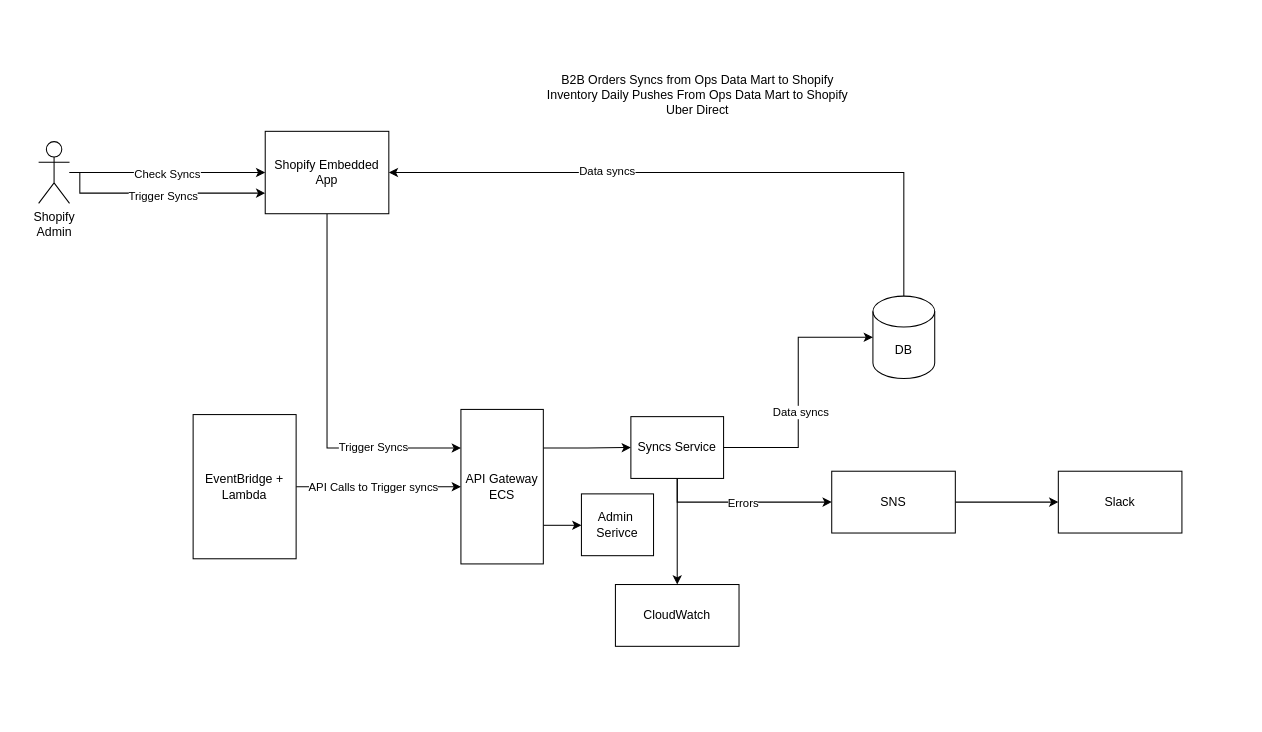
The draw.io diagram page "Shopify app and syncs" (1 of 4) of Everytable_Draft_Diagrams.drawio in alexrsunrise/diagrams, before the edit. Source tidied: cells renumbered, new cells numbered last; positions are measured from the earlier drawing's top-left corner, leaving out a move shared by most shapes. Both pictures are drawn from the tidied source at 103%, with x=0, y=0 at pixel (38, 79).
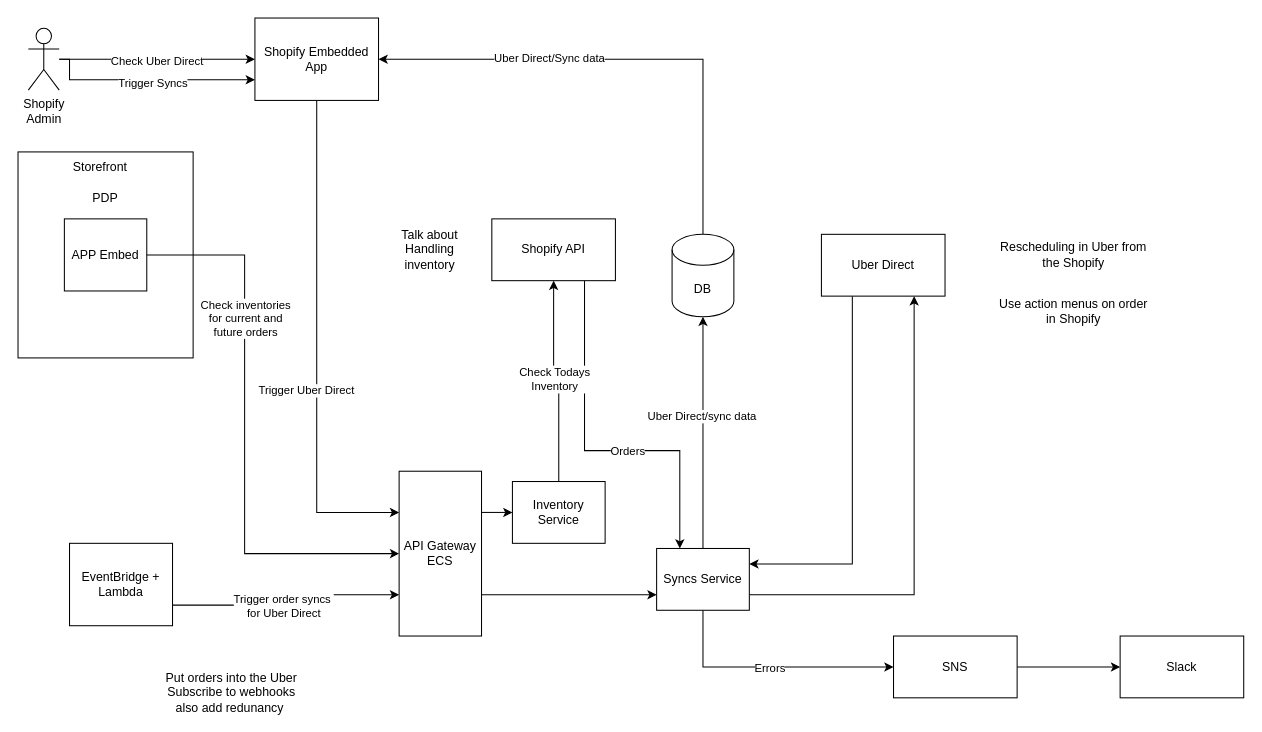
The same page after the edit.

Unchanged cells that the change refers to:
```xml
<mxCell id="12" style="edgeStyle=orthogonalEdgeStyle;rounded=0;jettySize=auto;html=1;entryX=1;entryY=0.5;entryDx=0;entryDy=0;exitX=0.5;exitY=0;exitDx=0;exitDy=0;exitPerimeter=0;" parent="1" edge="1" source="14" target="19">
  <mxGeometry relative="1" as="geometry" />
</mxCell>
<mxCell id="17" style="edgeStyle=orthogonalEdgeStyle;rounded=0;jettySize=auto;html=1;entryX=0;entryY=0.25;entryDx=0;entryDy=0;exitX=0.5;exitY=1;exitDx=0;exitDy=0;" parent="1" edge="1" source="19" target="7">
  <mxGeometry relative="1" as="geometry" />
</mxCell>
<mxCell id="20" style="edgeStyle=orthogonalEdgeStyle;rounded=0;jettySize=auto;html=1;entryX=0;entryY=0.5;entryDx=0;entryDy=0;" parent="1" edge="1" source="24" target="19">
  <mxGeometry relative="1" as="geometry" />
</mxCell>
```

What changed in the source:
```diff
@@
-    <mxCell id="2" style="edgeStyle=orthogonalEdgeStyle;rounded=0;jettySize=auto;html=1;entryX=0;entryY=0.5;entryDx=0;entryDy=0;" parent="1" edge="1" source="4" target="7">
+    <mxCell id="2" style="edgeStyle=orthogonalEdgeStyle;rounded=0;jettySize=auto;html=1;exitX=1;exitY=0.75;exitDx=0;exitDy=0;entryX=0;entryY=0.75;entryDx=0;entryDy=0;" parent="1" edge="1" source="4" target="7">
       <mxGeometry relative="1" as="geometry" />
     </mxCell>
-    <mxCell id="3" value="API Calls to Trigger syncs" style="edgeLabel;html=1;align=center;verticalAlign=middle;" parent="2" vertex="1">
-      <mxGeometry x="-0.33" y="-1" relative="1" as="geometry">
-        <mxPoint x="20" y="-1" as="offset" />
-      </mxGeometry>
-    </mxCell>
+    <mxCell id="31" value="Trigger order syncs&amp;nbsp;&lt;div&gt;for Uber Direct&lt;/div&gt;" style="edgeLabel;html=1;align=center;verticalAlign=middle;" parent="2" vertex="1">
+      <mxGeometry x="-0.07" relative="1" as="geometry" />
+    </mxCell>
     <mxCell id="4" value="EventBridge + Lambda" style="rounded=0;whiteSpace=wrap;html=1;" parent="1" vertex="1">
-      <mxGeometry x="150" y="325" width="100" height="140" as="geometry" />
+      <mxGeometry x="30" y="450" width="100" height="80" as="geometry" />
     </mxCell>
-    <mxCell id="5" style="edgeStyle=orthogonalEdgeStyle;rounded=0;jettySize=auto;html=1;exitX=1;exitY=0.25;exitDx=0;exitDy=0;entryX=0;entryY=0.5;entryDx=0;entryDy=0;" parent="1" edge="1" source="7" target="11">
+    <mxCell id="5" style="edgeStyle=orthogonalEdgeStyle;rounded=0;jettySize=auto;html=1;exitX=1;exitY=0.75;exitDx=0;exitDy=0;entryX=0;entryY=0.75;entryDx=0;entryDy=0;" parent="1" edge="1" source="7" target="11">
       <mxGeometry relative="1" as="geometry" />
     </mxCell>
-    <mxCell id="6" style="edgeStyle=orthogonalEdgeStyle;rounded=0;jettySize=auto;html=1;exitX=1;exitY=0.75;exitDx=0;exitDy=0;entryX=0;entryY=0.5;entryDx=0;entryDy=0;" parent="1" edge="1" source="7" target="30">
-      <mxGeometry relative="1" as="geometry" />
-    </mxCell>
+    <mxCell id="32" style="edgeStyle=orthogonalEdgeStyle;rounded=0;jettySize=auto;html=1;exitX=1;exitY=0.25;exitDx=0;exitDy=0;entryX=0;entryY=0.5;entryDx=0;entryDy=0;" parent="1" edge="1" source="7" target="48">
+      <mxGeometry relative="1" as="geometry" />
+    </mxCell>
     <mxCell id="7" value="API Gateway ECS" style="rounded=0;whiteSpace=wrap;html=1;" parent="1" vertex="1">
-      <mxGeometry x="410" y="320" width="80" height="150" as="geometry" />
+      <mxGeometry x="350" y="380" width="80" height="160" as="geometry" />
     </mxCell>
-    <mxCell id="8" style="edgeStyle=orthogonalEdgeStyle;rounded=0;jettySize=auto;html=1;exitX=0.5;exitY=1;exitDx=0;exitDy=0;" parent="1" edge="1" source="11" target="26">
+    <mxCell id="8" style="edgeStyle=orthogonalEdgeStyle;rounded=0;jettySize=auto;html=1;exitX=0.5;exitY=1;exitDx=0;exitDy=0;entryX=0;entryY=0.5;entryDx=0;entryDy=0;" parent="1" edge="1" source="11" target="26">
       <mxGeometry relative="1" as="geometry" />
     </mxCell>
@@
-    <mxCell id="10" style="edgeStyle=orthogonalEdgeStyle;rounded=0;jettySize=auto;html=1;" parent="1" edge="1" source="11" target="28">
-      <mxGeometry relative="1" as="geometry" />
-    </mxCell>
+    <mxCell id="33" style="edgeStyle=orthogonalEdgeStyle;rounded=0;jettySize=auto;html=1;entryX=0.75;entryY=1;entryDx=0;entryDy=0;exitX=1;exitY=0.75;exitDx=0;exitDy=0;" parent="1" edge="1" source="11" target="36">
+      <mxGeometry relative="1" as="geometry" />
+    </mxCell>
     <mxCell id="11" value="Syncs Service" style="rounded=0;whiteSpace=wrap;html=1;" parent="1" vertex="1">
-      <mxGeometry x="575" y="327" width="90" height="60" as="geometry" />
+      <mxGeometry x="600" y="455" width="90" height="60" as="geometry" />
     </mxCell>
@@
-    <mxCell id="13" value="Data syncs" style="edgeLabel;html=1;align=center;verticalAlign=middle;" parent="12" vertex="1">
+    <mxCell id="13" value="Uber Direct/Sync data" style="edgeLabel;html=1;align=center;verticalAlign=middle;" parent="12" vertex="1">
       <mxGeometry x="0.32" y="-2" relative="1" as="geometry" />
     </mxCell>
     <mxCell id="14" value="DB" style="shape=cylinder3;whiteSpace=wrap;html=1;boundedLbl=1;backgroundOutline=1;size=15;" parent="1" vertex="1">
-      <mxGeometry x="810" y="210" width="60" height="80" as="geometry" />
+      <mxGeometry x="615" y="150" width="60" height="80" as="geometry" />
     </mxCell>
-    <mxCell id="15" style="edgeStyle=orthogonalEdgeStyle;rounded=0;jettySize=auto;html=1;entryX=0;entryY=0.5;entryDx=0;entryDy=0;entryPerimeter=0;" parent="1" edge="1" source="11" target="14">
-      <mxGeometry relative="1" as="geometry" />
-    </mxCell>
-    <mxCell id="16" value="Data syncs" style="edgeLabel;html=1;align=center;verticalAlign=middle;" parent="15" vertex="1">
-      <mxGeometry x="-0.15" y="-2" relative="1" as="geometry" />
-    </mxCell>
@@
-    <mxCell id="18" value="Trigger Syncs" style="edgeLabel;html=1;align=center;verticalAlign=middle;" parent="17" vertex="1">
-      <mxGeometry x="0.52" y="1" relative="1" as="geometry" />
+    <mxCell id="18" value="Trigger Uber Direct" style="edgeLabel;html=1;align=center;verticalAlign=middle;" parent="17" vertex="1">
+      <mxGeometry x="0.52" y="1" relative="1" as="geometry">
+        <mxPoint x="-12" y="-84" as="offset" />
+      </mxGeometry>
     </mxCell>
     <mxCell id="19" value="Shopify Embedded App" style="rounded=0;whiteSpace=wrap;html=1;" parent="1" vertex="1">
-      <mxGeometry x="220" y="50" width="120" height="80" as="geometry" />
+      <mxGeometry x="210" y="-60" width="120" height="80" as="geometry" />
     </mxCell>
@@
-    <mxCell id="21" value="Check Syncs" style="edgeLabel;html=1;align=center;verticalAlign=middle;" parent="20" vertex="1">
+    <mxCell id="21" value="Check Uber Direct" style="edgeLabel;html=1;align=center;verticalAlign=middle;" parent="20" vertex="1">
       <mxGeometry x="-0.01" y="-1" relative="1" as="geometry" />
     </mxCell>
     <mxCell id="22" style="edgeStyle=orthogonalEdgeStyle;rounded=0;jettySize=auto;html=1;entryX=0;entryY=0.75;entryDx=0;entryDy=0;" parent="1" edge="1" source="24" target="19">
       <mxGeometry relative="1" as="geometry">
         <Array as="points">
-          <mxPoint x="40" y="90" />
-          <mxPoint x="40" y="110" />
+          <mxPoint x="30" y="-20" />
+          <mxPoint x="30" />
         </Array>
       </mxGeometry>
     </mxCell>
@@
     <mxCell id="24" value="Shopify&lt;div&gt;Admin&lt;/div&gt;" style="shape=umlActor;verticalLabelPosition=bottom;verticalAlign=top;html=1;outlineConnect=0;" parent="1" vertex="1">
-      <mxGeometry y="60" width="30" height="60" as="geometry" />
+      <mxGeometry x="-10" y="-50" width="30" height="60" as="geometry" />
     </mxCell>
@@
     <mxCell id="26" value="SNS" style="rounded=0;whiteSpace=wrap;html=1;" parent="1" vertex="1">
-      <mxGeometry x="770" y="380" width="120" height="60" as="geometry" />
+      <mxGeometry x="830" y="540" width="120" height="60" as="geometry" />
     </mxCell>
     <mxCell id="27" value="Slack" style="rounded=0;whiteSpace=wrap;html=1;" parent="1" vertex="1">
-      <mxGeometry x="990" y="380" width="120" height="60" as="geometry" />
+      <mxGeometry x="1050" y="540" width="120" height="60" as="geometry" />
     </mxCell>
-    <mxCell id="28" value="CloudWatch" style="rounded=0;whiteSpace=wrap;html=1;" parent="1" vertex="1">
-      <mxGeometry x="560" y="490" width="120" height="60" as="geometry" />
-    </mxCell>
-    <mxCell id="29" value="B2B Orders Syncs from Ops Data Mart to Shopify&lt;div&gt;Inventory Daily Pushes From Ops Data Mart to Shopify&lt;/div&gt;&lt;div&gt;Uber Direct&lt;/div&gt;" style="text;html=1;align=center;verticalAlign=middle;whiteSpace=wrap;rounded=0;" parent="1" vertex="1">
-      <mxGeometry x="480" width="320" height="30" as="geometry" />
-    </mxCell>
-    <mxCell id="30" value="Admin&amp;nbsp;&lt;div&gt;Serivce&lt;/div&gt;" style="rounded=0;whiteSpace=wrap;html=1;" parent="1" vertex="1">
-      <mxGeometry x="527" y="402" width="70" height="60" as="geometry" />
-    </mxCell>
+    <mxCell id="15" style="edgeStyle=orthogonalEdgeStyle;rounded=0;jettySize=auto;html=1;entryX=0.5;entryY=1;entryDx=0;entryDy=0;entryPerimeter=0;" parent="1" edge="1" source="11" target="14">
+      <mxGeometry relative="1" as="geometry" />
+    </mxCell>
+    <mxCell id="34" value="Uber Direct/sync data" style="edgeLabel;html=1;align=center;verticalAlign=middle;" parent="15" vertex="1">
+      <mxGeometry x="0.15" y="2" relative="1" as="geometry" />
+    </mxCell>
+    <mxCell id="35" style="edgeStyle=orthogonalEdgeStyle;rounded=0;jettySize=auto;html=1;entryX=1;entryY=0.25;entryDx=0;entryDy=0;exitX=0.25;exitY=1;exitDx=0;exitDy=0;" parent="1" edge="1" source="36" target="11">
+      <mxGeometry relative="1" as="geometry" />
+    </mxCell>
+    <mxCell id="36" value="Uber Direct" style="rounded=0;whiteSpace=wrap;html=1;" parent="1" vertex="1">
+      <mxGeometry x="760" y="150" width="120" height="60" as="geometry" />
+    </mxCell>
+    <mxCell id="37" style="edgeStyle=orthogonalEdgeStyle;rounded=0;jettySize=auto;html=1;exitX=0.75;exitY=1;exitDx=0;exitDy=0;entryX=0.25;entryY=0;entryDx=0;entryDy=0;" parent="1" edge="1" source="39" target="11">
+      <mxGeometry relative="1" as="geometry">
+        <Array as="points">
+          <mxPoint x="530" y="360" />
+          <mxPoint x="623" y="360" />
+        </Array>
+      </mxGeometry>
+    </mxCell>
+    <mxCell id="38" value="Orders" style="edgeLabel;html=1;align=center;verticalAlign=middle;" parent="37" vertex="1">
+      <mxGeometry x="0.14" relative="1" as="geometry">
+        <mxPoint x="5" as="offset" />
+      </mxGeometry>
+    </mxCell>
+    <mxCell id="39" value="Shopify API" style="rounded=0;whiteSpace=wrap;html=1;" parent="1" vertex="1">
+      <mxGeometry x="440" y="135" width="120" height="60" as="geometry" />
+    </mxCell>
+    <mxCell id="40" style="rounded=0;whiteSpace=wrap;html=1;" parent="1" vertex="1">
+      <mxGeometry x="-20" y="70" width="170" height="200" as="geometry" />
+    </mxCell>
+    <mxCell id="41" style="edgeStyle=orthogonalEdgeStyle;rounded=0;jettySize=auto;html=1;exitX=1;exitY=0.5;exitDx=0;exitDy=0;entryX=0;entryY=0.5;entryDx=0;entryDy=0;" parent="1" edge="1" source="45" target="7">
+      <mxGeometry relative="1" as="geometry">
+        <Array as="points">
+          <mxPoint x="100" y="170" />
+          <mxPoint x="200" y="170" />
+          <mxPoint x="200" y="460" />
+        </Array>
+      </mxGeometry>
+    </mxCell>
+    <mxCell id="42" value="Check inventories&lt;div&gt;for current and&lt;/div&gt;&lt;div&gt;future orders&lt;/div&gt;" style="edgeLabel;html=1;align=center;verticalAlign=middle;" parent="41" vertex="1">
+      <mxGeometry x="-0.39" relative="1" as="geometry" />
+    </mxCell>
+    <mxCell id="43" value="Storefront" style="text;html=1;align=center;verticalAlign=middle;whiteSpace=wrap;rounded=0;" parent="1" vertex="1">
+      <mxGeometry x="30" y="70" width="60" height="30" as="geometry" />
+    </mxCell>
+    <mxCell id="44" value="PDP" style="text;html=1;align=center;verticalAlign=middle;whiteSpace=wrap;rounded=0;" parent="1" vertex="1">
+      <mxGeometry x="35" y="100" width="60" height="30" as="geometry" />
+    </mxCell>
+    <mxCell id="45" value="APP Embed" style="rounded=0;whiteSpace=wrap;html=1;" parent="1" vertex="1">
+      <mxGeometry x="25" y="135" width="80" height="70" as="geometry" />
+    </mxCell>
+    <mxCell id="46" style="edgeStyle=orthogonalEdgeStyle;rounded=0;jettySize=auto;html=1;entryX=0.5;entryY=1;entryDx=0;entryDy=0;" parent="1" edge="1" source="48" target="39">
+      <mxGeometry relative="1" as="geometry" />
+    </mxCell>
+    <mxCell id="47" value="Check Todays&lt;div&gt;Inventory&lt;/div&gt;" style="edgeLabel;html=1;align=center;verticalAlign=middle;" parent="46" vertex="1">
+      <mxGeometry x="-0.31" y="-3" relative="1" as="geometry">
+        <mxPoint x="-8" y="-31" as="offset" />
+      </mxGeometry>
+    </mxCell>
+    <mxCell id="48" value="Inventory&lt;div&gt;Service&lt;/div&gt;" style="rounded=0;whiteSpace=wrap;html=1;" parent="1" vertex="1">
+      <mxGeometry x="460" y="390" width="90" height="60" as="geometry" />
+    </mxCell>
+    <mxCell id="49" value="Talk about Handling inventory" style="text;html=1;align=center;verticalAlign=middle;whiteSpace=wrap;rounded=0;" parent="1" vertex="1">
+      <mxGeometry x="350" y="150" width="60" height="30" as="geometry" />
+    </mxCell>
+    <mxCell id="50" value="Put orders into the Uber&lt;div&gt;Subscribe to webhooks&lt;/div&gt;&lt;div&gt;also add redunancy&amp;nbsp;&lt;/div&gt;" style="text;html=1;align=center;verticalAlign=middle;whiteSpace=wrap;rounded=0;" parent="1" vertex="1">
+      <mxGeometry x="105" y="580" width="165" height="30" as="geometry" />
+    </mxCell>
+    <mxCell id="51" value="Rescheduling in Uber from the Shopify" style="text;html=1;align=center;verticalAlign=middle;whiteSpace=wrap;rounded=0;" parent="1" vertex="1">
+      <mxGeometry x="930" y="155" width="150" height="30" as="geometry" />
+    </mxCell>
+    <mxCell id="52" value="Use action menus on order in Shopify" style="text;html=1;align=center;verticalAlign=middle;whiteSpace=wrap;rounded=0;" parent="1" vertex="1">
+      <mxGeometry x="930" y="210" width="150" height="30" as="geometry" />
+    </mxCell>
```
